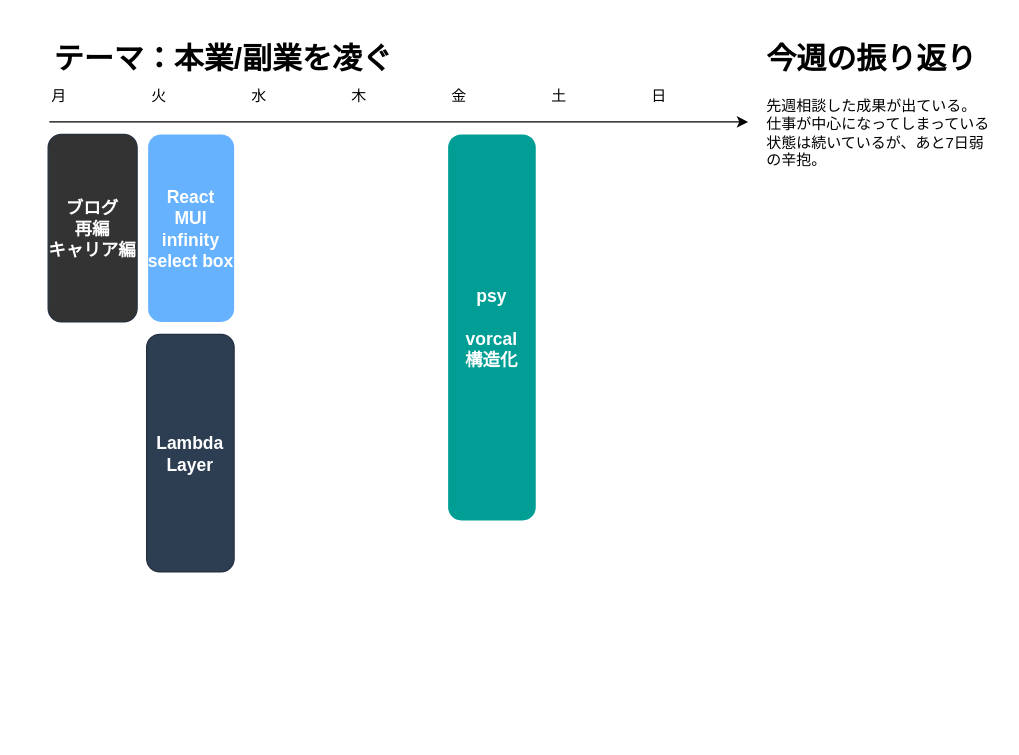
This is page "202400916" (4 of 11) of life/life.drawio from minegishirei/draw_v1, a draw.io file, before an edit. Source tidied: cells renumbered, new cells numbered last; positions are measured from the earlier drawing's top-left corner, leaving out a move shared by most shapes. Both pictures are drawn from the tidied source at 125%, with x=0, y=0 at pixel (21, 34).
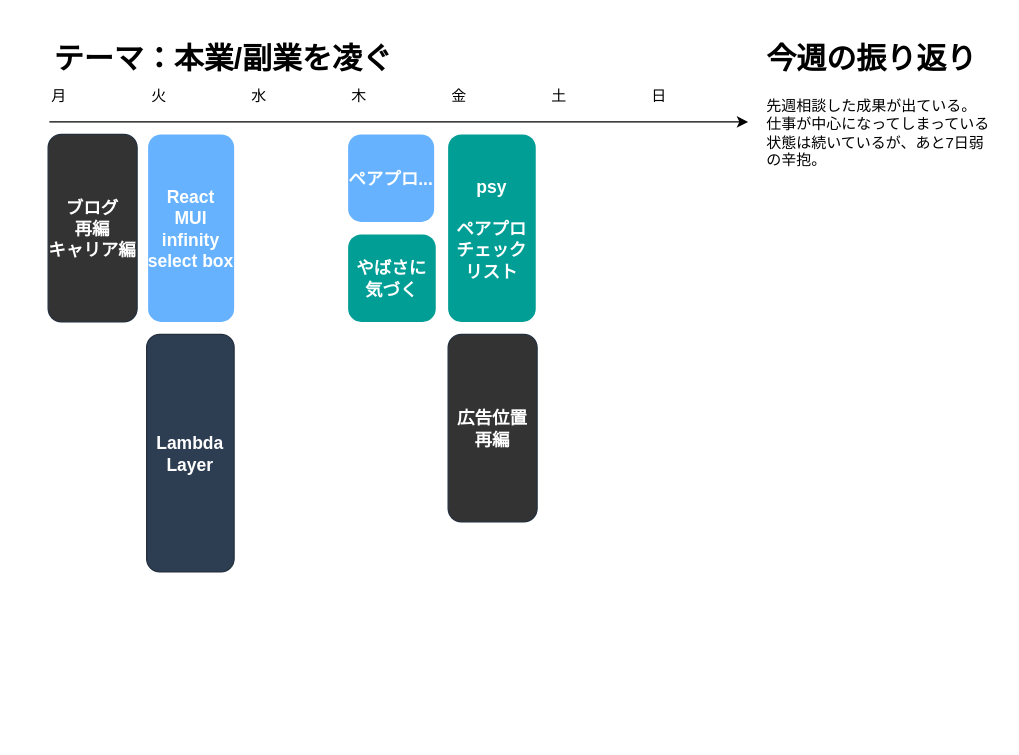
Above is the later version.

Commit message:
life.drawio を更新します

The edit, as a diff of the source:
```diff
@@
 <mxGraphModel>
   <root>
     <mxCell id="0" />
     <mxCell id="1" parent="0" />
     <mxCell id="2" value="火" style="text;html=1;strokeColor=none;fillColor=none;align=center;verticalAlign=middle;whiteSpace=wrap;rounded=0;shadow=0;" parent="1" vertex="1">
       <mxGeometry x="80" y="35" width="60" height="30" as="geometry" />
     </mxCell>
     <mxCell id="3" value="水" style="text;html=1;strokeColor=none;fillColor=none;align=center;verticalAlign=middle;whiteSpace=wrap;rounded=0;shadow=0;" parent="1" vertex="1">
       <mxGeometry x="160" y="35" width="60" height="30" as="geometry" />
     </mxCell>
     <mxCell id="4" value="木" style="text;html=1;strokeColor=none;fillColor=none;align=center;verticalAlign=middle;whiteSpace=wrap;rounded=0;shadow=0;" parent="1" vertex="1">
       <mxGeometry x="240" y="35" width="60" height="30" as="geometry" />
     </mxCell>
     <mxCell id="5" value="金" style="text;html=1;strokeColor=none;fillColor=none;align=center;verticalAlign=middle;whiteSpace=wrap;rounded=0;shadow=0;" parent="1" vertex="1">
       <mxGeometry x="320" y="35" width="60" height="30" as="geometry" />
     </mxCell>
     <mxCell id="6" value="土" style="text;html=1;strokeColor=none;fillColor=none;align=center;verticalAlign=middle;whiteSpace=wrap;rounded=0;shadow=0;" parent="1" vertex="1">
       <mxGeometry x="400" y="35" width="60" height="30" as="geometry" />
     </mxCell>
     <mxCell id="7" value="日" style="text;html=1;strokeColor=none;fillColor=none;align=center;verticalAlign=middle;whiteSpace=wrap;rounded=0;shadow=0;" parent="1" vertex="1">
       <mxGeometry x="480" y="35" width="60" height="30" as="geometry" />
     </mxCell>
     <mxCell id="8" value="月" style="text;html=1;strokeColor=none;fillColor=none;align=center;verticalAlign=middle;whiteSpace=wrap;rounded=0;shadow=0;" parent="1" vertex="1">
       <mxGeometry y="35" width="60" height="30" as="geometry" />
     </mxCell>
     <mxCell id="9" value="&lt;h1&gt;テーマ：本業/副業を凌ぐ&lt;/h1&gt;" style="text;html=1;strokeColor=none;fillColor=none;spacing=5;spacingTop=-20;whiteSpace=wrap;overflow=hidden;rounded=0;shadow=0;" parent="1" vertex="1">
       <mxGeometry x="21" width="480" height="40" as="geometry" />
     </mxCell>
     <mxCell id="10" style="endArrow=classic;html=1;rounded=0;shadow=0;" parent="1" edge="1">
       <mxGeometry relative="1" as="geometry">
         <mxPoint x="22" y="70" as="sourcePoint" />
         <mxPoint x="581" y="70" as="targetPoint" />
       </mxGeometry>
     </mxCell>
     <mxCell id="11" value="&lt;h1&gt;&lt;/h1&gt;&lt;h1 style=&quot;border-color: var(--border-color);&quot;&gt;今週の振り返り&lt;/h1&gt;&lt;div&gt;先週相談した成果が出ている。&lt;/div&gt;&lt;div&gt;仕事が中心になってしまっている状態は続いているが、あと7日弱の辛抱。&lt;/div&gt;&lt;div&gt;&lt;br&gt;&lt;/div&gt;" style="text;html=1;strokeColor=none;fillColor=none;spacing=5;spacingTop=-20;whiteSpace=wrap;overflow=hidden;rounded=0;shadow=0;" parent="1" vertex="1">
       <mxGeometry x="591" width="190" height="560" as="geometry" />
     </mxCell>
     <mxCell id="12" value="ブログ&#10;再編&#10;キャリア編" style="rounded=1;fillColor=#333333;strokeColor=#232F3E;shadow=0;gradientColor=none;fontStyle=1;fontColor=#FFFFFF;fontSize=14;" parent="1" vertex="1">
       <mxGeometry x="21" y="80" width="71.2" height="150" as="geometry" />
     </mxCell>
     <mxCell id="13" value="React&#10;MUI&#10;infinity&#10;select box" style="rounded=1;fillColor=#66B2FF;strokeColor=none;shadow=0;gradientColor=none;fontStyle=1;fontColor=#FFFFFF;fontSize=14;" parent="1" vertex="1">
       <mxGeometry x="101" y="80" width="68.8" height="150" as="geometry" />
     </mxCell>
     <mxCell id="14" value="Lambda&#10;Layer" style="rounded=1;fillColor=#2E3E52;strokeColor=#232F3E;shadow=0;gradientColor=none;fontStyle=1;fontColor=#FFFFFF;fontSize=14;" parent="1" vertex="1">
       <mxGeometry x="99.8" y="240" width="70" height="190" as="geometry" />
     </mxCell>
-    <mxCell id="15" value="psy&#10;&#10;vorcal&#10;構造化" style="rounded=1;fillColor=#019E95;strokeColor=none;shadow=0;gradientColor=none;fontStyle=1;fontColor=#FFFFFF;fontSize=14;" parent="1" vertex="1">
-      <mxGeometry x="341" y="80" width="70.1" height="308.8" as="geometry" />
+    <mxCell id="15" value="psy&#10;&#10;ペアプロ&#10;チェック&#10;リスト" style="rounded=1;fillColor=#019E95;strokeColor=none;shadow=0;gradientColor=none;fontStyle=1;fontColor=#FFFFFF;fontSize=14;" parent="1" vertex="1">
+      <mxGeometry x="341" y="80" width="70.1" height="150" as="geometry" />
     </mxCell>
+    <mxCell id="16" value="ペアプロ..." style="rounded=1;fillColor=#66B2FF;strokeColor=none;shadow=0;gradientColor=none;fontStyle=1;fontColor=#FFFFFF;fontSize=14;" parent="1" vertex="1">
+      <mxGeometry x="261" y="80" width="68.8" height="70" as="geometry" />
+    </mxCell>
+    <mxCell id="17" value="やばさに&#10;気づく" style="rounded=1;fillColor=#019E95;strokeColor=none;shadow=0;gradientColor=none;fontStyle=1;fontColor=#FFFFFF;fontSize=14;" parent="1" vertex="1">
+      <mxGeometry x="261" y="160" width="70.1" height="70" as="geometry" />
+    </mxCell>
+    <mxCell id="18" value="広告位置&#10;再編" style="rounded=1;fillColor=#333333;strokeColor=#232F3E;shadow=0;gradientColor=none;fontStyle=1;fontColor=#FFFFFF;fontSize=14;" parent="1" vertex="1">
+      <mxGeometry x="341" y="240" width="71.2" height="150" as="geometry" />
+    </mxCell>
   </root>
 </mxGraphModel>
```
